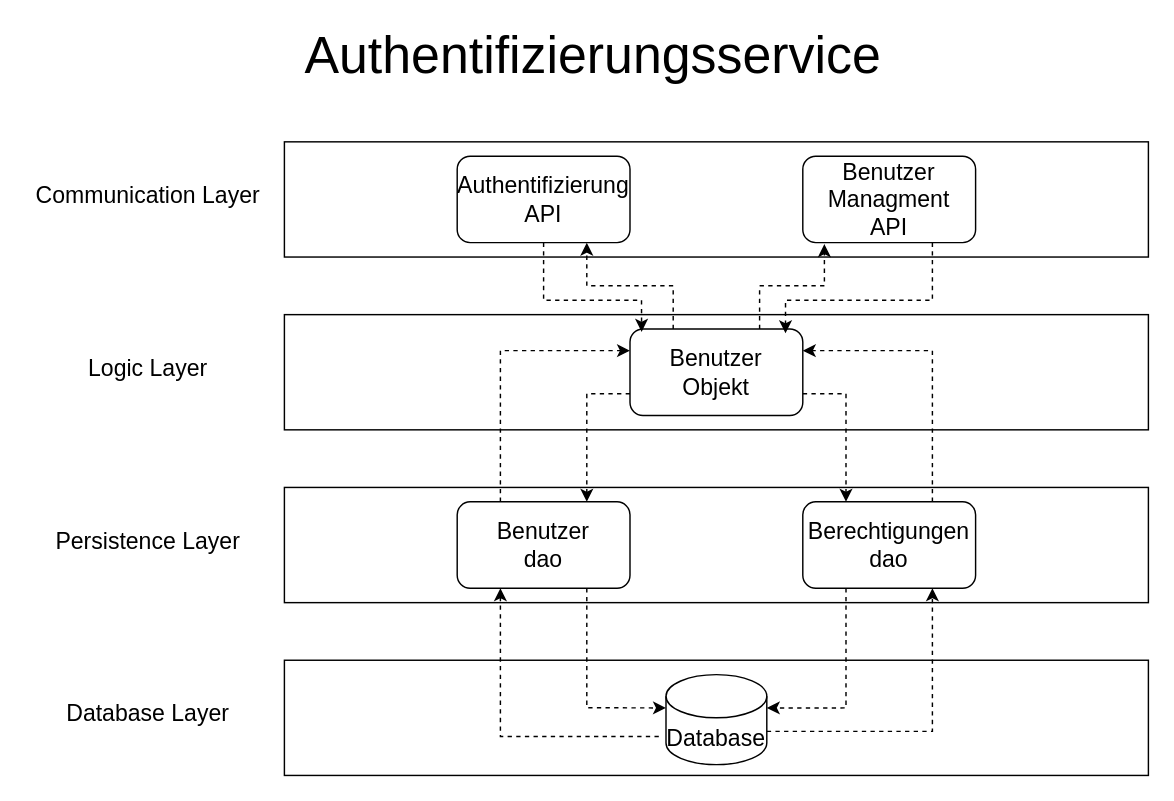
The draw.io diagram Untitled Diagram.drawio in Tabisch/DarwIO, before the edit. Source tidied: cells renumbered, new cells numbered last; positions are measured from the earlier drawing's top-left corner, leaving out a move shared by most shapes. Both pictures are drawn from the tidied source at 144%, with x=0, y=0 at pixel (24, 40).
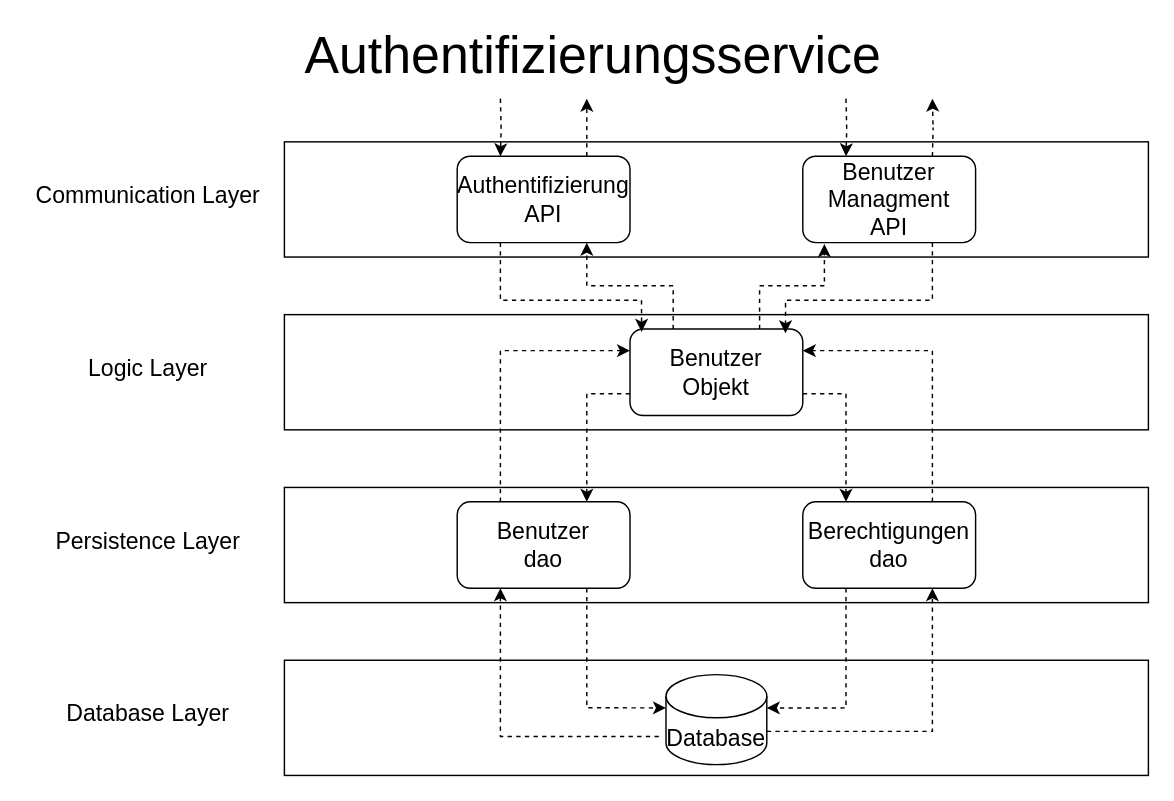
The same diagram, later.

Unchanged cells that the change refers to:
```xml
<mxCell id="24" value="&lt;div&gt;Benutzer&lt;/div&gt;&lt;div&gt;Objekt&lt;br&gt;&lt;/div&gt;" style="rounded=1;whiteSpace=wrap;html=1;fontSize=16;" parent="1" vertex="1">
  <mxGeometry x="420" y="200" width="120" height="60" as="geometry" />
</mxCell>
<mxCell id="26" value="&lt;div&gt;&lt;font style=&quot;font-size: 16px&quot;&gt;Authentifizierung&lt;/font&gt;&lt;/div&gt;&lt;div&gt;&lt;font style=&quot;font-size: 16px&quot;&gt;API&lt;br&gt;&lt;/font&gt;&lt;/div&gt;" style="rounded=1;whiteSpace=wrap;html=1;fontSize=16;" parent="1" vertex="1">
  <mxGeometry x="300" y="80" width="120" height="60" as="geometry" />
</mxCell>
<mxCell id="28" value="&lt;div&gt;Benutzer&lt;br&gt;&lt;/div&gt;&lt;div&gt;Managment&lt;/div&gt;&lt;div&gt;API&lt;br&gt;&lt;/div&gt;" style="rounded=1;whiteSpace=wrap;html=1;fontSize=16;" parent="1" vertex="1">
  <mxGeometry x="540" y="80" width="120" height="60" as="geometry" />
</mxCell>
```

Diff of the diagram source:
```diff
@@
-    <mxCell id="25" style="edgeStyle=orthogonalEdgeStyle;rounded=0;jettySize=auto;html=1;exitX=0.5;exitY=1;exitDx=0;exitDy=0;entryX=0.067;entryY=0.033;entryDx=0;entryDy=0;entryPerimeter=0;dashed=1;fontSize=16;endArrow=classic;endFill=1;" parent="1" edge="1" source="26" target="24">
+    <mxCell id="25" style="edgeStyle=orthogonalEdgeStyle;rounded=0;jettySize=auto;html=1;exitX=0.25;exitY=1;exitDx=0;exitDy=0;entryX=0.067;entryY=0.033;entryDx=0;entryDy=0;entryPerimeter=0;dashed=1;fontSize=16;endArrow=classic;endFill=1;" parent="1" edge="1" source="26" target="24">
       <mxGeometry relative="1" as="geometry">
         <Array as="points">
-          <mxPoint x="360" y="180" />
+          <mxPoint x="330" y="180" />
           <mxPoint x="428" y="180" />
         </Array>
       </mxGeometry>
     </mxCell>
+    <mxCell id="29" value="&lt;div&gt;&lt;br&gt;&lt;/div&gt;&lt;div&gt;&lt;br&gt;&lt;/div&gt;" style="edgeStyle=orthogonalEdgeStyle;rounded=0;jettySize=auto;html=1;dashed=1;fontSize=16;endArrow=classic;endFill=1;entryX=0.25;entryY=0;entryDx=0;entryDy=0;" parent="1" edge="1" target="26">
+      <mxGeometry relative="1" as="geometry">
+        <mxPoint x="330" y="40" as="sourcePoint" />
+      </mxGeometry>
+    </mxCell>
+    <mxCell id="30" style="edgeStyle=orthogonalEdgeStyle;rounded=0;jettySize=auto;html=1;exitX=0.75;exitY=0;exitDx=0;exitDy=0;dashed=1;fontSize=16;endArrow=classic;endFill=1;" parent="1" edge="1" source="26">
+      <mxGeometry relative="1" as="geometry">
+        <mxPoint x="390" y="40" as="targetPoint" />
+      </mxGeometry>
+    </mxCell>
@@
+    <mxCell id="31" style="edgeStyle=orthogonalEdgeStyle;rounded=0;jettySize=auto;html=1;dashed=1;fontSize=16;endArrow=classic;endFill=1;entryX=0.25;entryY=0;entryDx=0;entryDy=0;" parent="1" edge="1" target="28">
+      <mxGeometry relative="1" as="geometry">
+        <mxPoint x="570" y="40" as="sourcePoint" />
+      </mxGeometry>
+    </mxCell>
@@
+    <mxCell id="32" style="edgeStyle=orthogonalEdgeStyle;rounded=0;orthogonalLoop=1;jettySize=auto;html=1;exitX=0.75;exitY=0;exitDx=0;exitDy=0;dashed=1;fontSize=16;endArrow=classic;endFill=1;" parent="1" edge="1">
+      <mxGeometry relative="1" as="geometry">
+        <mxPoint x="630" y="80" as="sourcePoint" />
+        <mxPoint x="630" y="40" as="targetPoint" />
+      </mxGeometry>
+    </mxCell>
```
